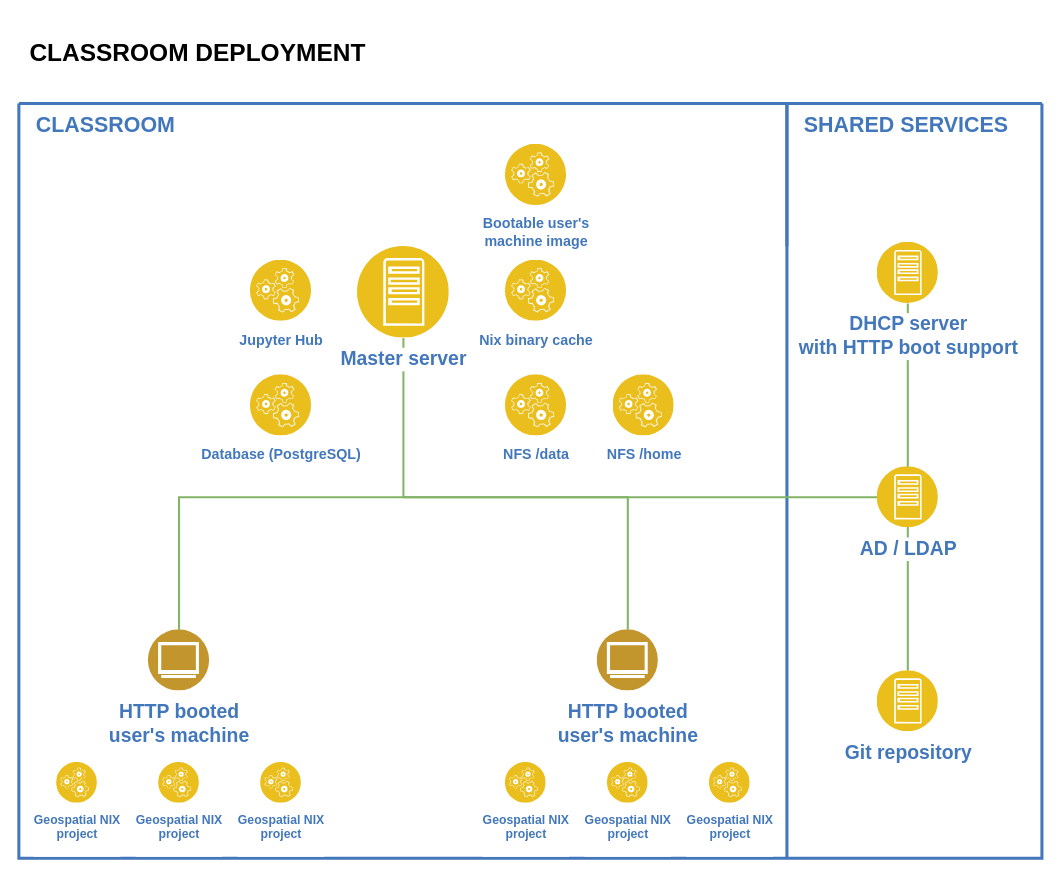
Before: page "classroom" (2 of 3) of figures/deployment-all.drawio in imincik/geospatial-nix.platform, a draw.io diagram. Source tidied: cells renumbered, new cells numbered last; positions are measured from the earlier drawing's top-left corner, leaving out a move shared by most shapes. Both pictures are drawn from the tidied source at 102%, with x=0, y=0 at pixel (18, 17).
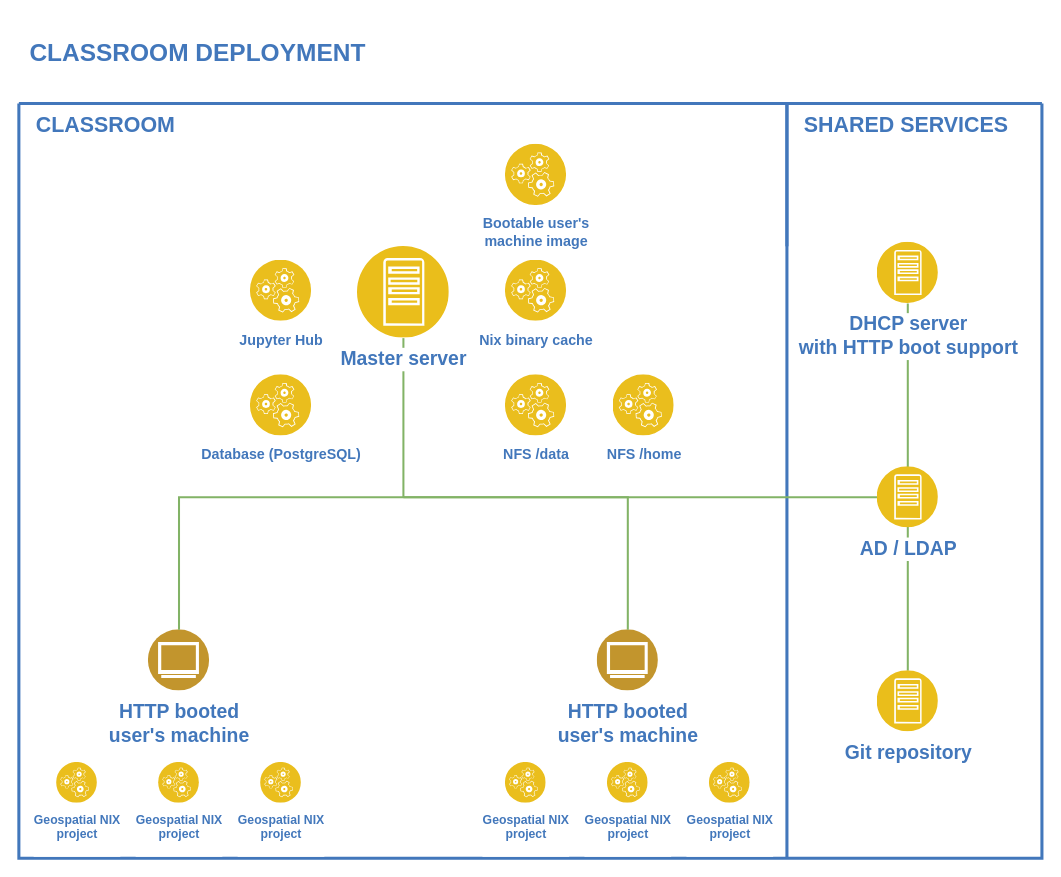
The same page after the edit.

Diff of the diagram source:
```diff
@@
-    <mxCell id="29" value="&lt;h1&gt;CLASSROOM DEPLOYMENT&lt;/h1&gt;" style="text;html=1;align=center;verticalAlign=middle;strokeColor=none;fillColor=none;" parent="1" vertex="1">
+    <mxCell id="29" value="&lt;h1&gt;&lt;font color=&quot;#4277bb&quot;&gt;CLASSROOM DEPLOYMENT&lt;/font&gt;&lt;/h1&gt;" style="text;html=1;align=center;verticalAlign=middle;strokeColor=none;fillColor=none;" parent="1" vertex="1">
       <mxGeometry width="350" height="70" as="geometry" />
     </mxCell>
```
